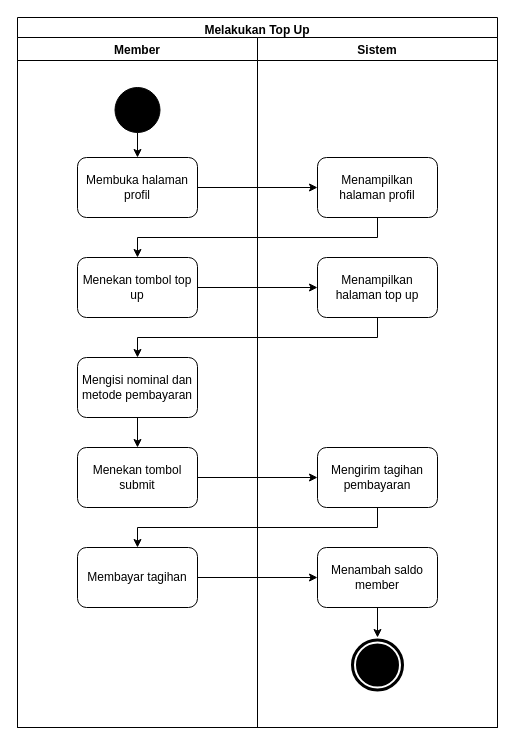
Above: Diagram/Activity Diagram/12. melihat daftar transaksi.drawio in techie-jhs/thesis (draw.io), before the change. Source tidied: cells renumbered, new cells numbered last; positions are measured from the earlier drawing's top-left corner, leaving out a move shared by most shapes. Both pictures are drawn from the tidied source at 100%, with x=0, y=0 at pixel (17, 17).
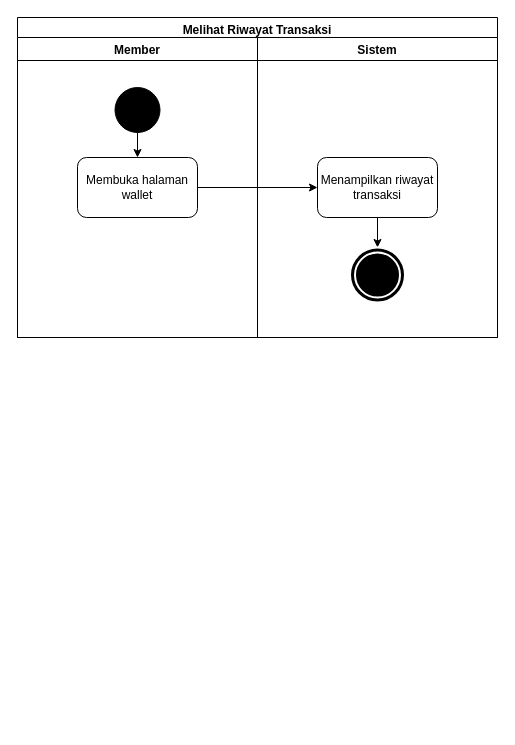
The same diagram, later.

Change to the diagram source:
```diff
@@
-    <mxCell id="2" value="Melakukan Top Up" style="swimlane;fillColor=none;" parent="1" vertex="1">
-      <mxGeometry width="480" height="710" as="geometry" />
+    <mxCell id="2" value="Melihat Riwayat Transaksi" style="swimlane;fillColor=none;" parent="1" vertex="1">
+      <mxGeometry width="480" height="320" as="geometry" />
     </mxCell>
     <mxCell id="3" value="Member" style="swimlane;" parent="2" vertex="1">
-      <mxGeometry y="20" width="240" height="690" as="geometry" />
+      <mxGeometry y="20" width="240" height="300" as="geometry" />
     </mxCell>
@@
-    <mxCell id="6" value="Membuka halaman profil" style="rounded=1;whiteSpace=wrap;html=1;fillColor=none;" parent="3" vertex="1">
+    <mxCell id="6" value="Membuka halaman wallet" style="rounded=1;whiteSpace=wrap;html=1;fillColor=none;" parent="3" vertex="1">
       <mxGeometry x="60" y="120" width="120" height="60" as="geometry" />
     </mxCell>
-    <mxCell id="7" value="Menekan tombol top up" style="rounded=1;whiteSpace=wrap;html=1;fillColor=none;" parent="3" vertex="1">
-      <mxGeometry x="60" y="220" width="120" height="60" as="geometry" />
-    </mxCell>
-    <mxCell id="8" style="edgeStyle=orthogonalEdgeStyle;rounded=0;jettySize=auto;html=1;" parent="3" edge="1" source="9" target="10">
-      <mxGeometry relative="1" as="geometry" />
-    </mxCell>
-    <mxCell id="9" value="Mengisi nominal dan metode pembayaran" style="rounded=1;whiteSpace=wrap;html=1;fillColor=none;" parent="3" vertex="1">
-      <mxGeometry x="60" y="320" width="120" height="60" as="geometry" />
-    </mxCell>
-    <mxCell id="10" value="Menekan tombol submit" style="rounded=1;whiteSpace=wrap;html=1;fillColor=none;" parent="3" vertex="1">
-      <mxGeometry x="60" y="410" width="120" height="60" as="geometry" />
-    </mxCell>
-    <mxCell id="11" value="Membayar tagihan" style="rounded=1;whiteSpace=wrap;html=1;fillColor=none;" parent="3" vertex="1">
-      <mxGeometry x="60" y="510" width="120" height="60" as="geometry" />
-    </mxCell>
     <mxCell id="12" value="Sistem" style="swimlane;" parent="2" vertex="1">
-      <mxGeometry x="240" y="20" width="240" height="690" as="geometry" />
+      <mxGeometry x="240" y="20" width="240" height="300" as="geometry" />
     </mxCell>
+    <mxCell id="26" style="edgeStyle=orthogonalEdgeStyle;rounded=0;jettySize=auto;html=1;" parent="12" edge="1" source="13" target="15">
+      <mxGeometry relative="1" as="geometry" />
+    </mxCell>
-    <mxCell id="13" value="Menampilkan halaman profil" style="rounded=1;whiteSpace=wrap;html=1;fillColor=none;" parent="12" vertex="1">
+    <mxCell id="13" value="Menampilkan riwayat transaksi" style="rounded=1;whiteSpace=wrap;html=1;fillColor=none;" parent="12" vertex="1">
       <mxGeometry x="60" y="120" width="120" height="60" as="geometry" />
     </mxCell>
-    <mxCell id="14" value="Mengirim tagihan pembayaran" style="rounded=1;whiteSpace=wrap;html=1;fillColor=none;" parent="12" vertex="1">
-      <mxGeometry x="60" y="410" width="120" height="60" as="geometry" />
-    </mxCell>
     <mxCell id="15" style="ellipse;shape=doubleEllipse;whiteSpace=wrap;html=1;fillColor=#000000;strokeColor=#FFFFFF;strokeWidth=2;" parent="12" vertex="1">
-      <mxGeometry x="92.5" y="600" width="55" height="55" as="geometry" />
+      <mxGeometry x="92.5" y="210" width="55" height="55" as="geometry" />
     </mxCell>
-    <mxCell id="16" value="Menampilkan halaman top up" style="rounded=1;whiteSpace=wrap;html=1;fillColor=none;" parent="12" vertex="1">
-      <mxGeometry x="60" y="220" width="120" height="60" as="geometry" />
-    </mxCell>
-    <mxCell id="17" style="edgeStyle=orthogonalEdgeStyle;rounded=0;jettySize=auto;html=1;" parent="12" edge="1" source="18" target="15">
-      <mxGeometry relative="1" as="geometry" />
-    </mxCell>
-    <mxCell id="18" value="Menambah saldo member" style="rounded=1;whiteSpace=wrap;html=1;fillColor=none;" parent="12" vertex="1">
-      <mxGeometry x="60" y="510" width="120" height="60" as="geometry" />
-    </mxCell>
@@
-    <mxCell id="20" style="edgeStyle=orthogonalEdgeStyle;rounded=0;jettySize=auto;html=1;" parent="2" edge="1" source="13" target="7">
-      <mxGeometry relative="1" as="geometry">
-        <Array as="points">
-          <mxPoint x="360" y="220" />
-          <mxPoint x="120" y="220" />
-        </Array>
-      </mxGeometry>
-    </mxCell>
-    <mxCell id="21" style="edgeStyle=orthogonalEdgeStyle;rounded=0;jettySize=auto;html=1;entryX=0;entryY=0.5;entryDx=0;entryDy=0;" parent="2" edge="1" source="7" target="16">
-      <mxGeometry relative="1" as="geometry" />
-    </mxCell>
-    <mxCell id="22" style="edgeStyle=orthogonalEdgeStyle;rounded=0;jettySize=auto;html=1;" parent="2" edge="1" source="16" target="9">
-      <mxGeometry relative="1" as="geometry">
-        <Array as="points">
-          <mxPoint x="360" y="320" />
-          <mxPoint x="120" y="320" />
-        </Array>
-      </mxGeometry>
-    </mxCell>
-    <mxCell id="23" style="edgeStyle=orthogonalEdgeStyle;rounded=0;jettySize=auto;html=1;" parent="2" edge="1" source="10" target="14">
-      <mxGeometry relative="1" as="geometry" />
-    </mxCell>
-    <mxCell id="24" style="edgeStyle=orthogonalEdgeStyle;rounded=0;jettySize=auto;html=1;" parent="2" edge="1" source="14" target="11">
-      <mxGeometry relative="1" as="geometry">
-        <Array as="points">
-          <mxPoint x="360" y="510" />
-          <mxPoint x="120" y="510" />
-        </Array>
-      </mxGeometry>
-    </mxCell>
-    <mxCell id="25" style="edgeStyle=orthogonalEdgeStyle;rounded=0;jettySize=auto;html=1;" parent="2" edge="1" source="11" target="18">
-      <mxGeometry relative="1" as="geometry" />
-    </mxCell>
```
